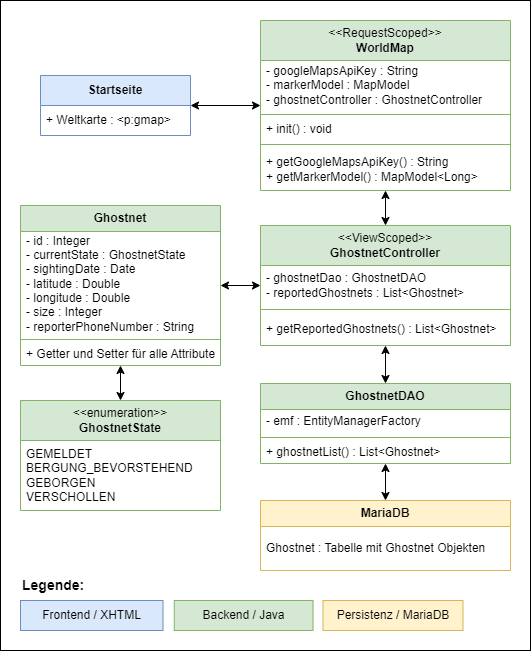
Before: diagrams/06_Funktion_Weltkarte.png, a diagram exported from draw.io (leonfilser/iu-ghostnets). Source tidied: cells renumbered, new cells last; positions are measured from the earlier drawing's top-left corner, leaving out a move shared by most shapes.
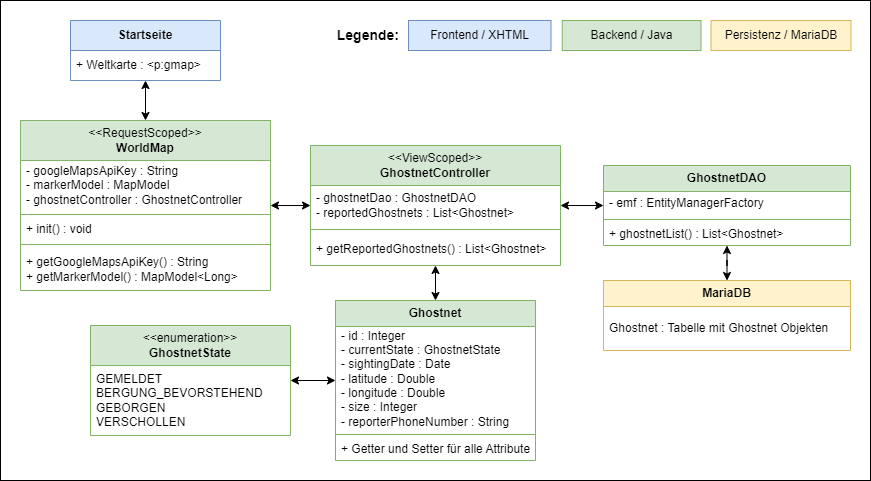
The same file after the commit.

The edit, as a diff of the source:
```diff
@@ -2,26 +2,26 @@
   <root>
     <mxCell id="0" />
     <mxCell id="1" parent="0" />
-    <mxCell id="2" style="rounded=0;whiteSpace=wrap;html=1;fillColor=none;verticalAlign=middle;" parent="1" vertex="1">
-      <mxGeometry width="530" height="650" as="geometry" />
-    </mxCell>
+    <mxCell id="37" style="rounded=0;whiteSpace=wrap;html=1;fillColor=none;verticalAlign=middle;" parent="1" vertex="1">
+      <mxGeometry x="-170" y="-80" width="870" height="480" as="geometry" />
+    </mxCell>
     <mxCell id="3" value="Startseite" style="swimlane;fontStyle=1;align=center;verticalAlign=middle;horizontal=1;startSize=30;whiteSpace=wrap;html=1;fillColor=#dae8fc;strokeColor=#6c8ebf;" parent="1" vertex="1">
-      <mxGeometry x="40" y="75" width="150" height="60" as="geometry" />
+      <mxGeometry x="-100" y="-60" width="150" height="60" as="geometry" />
     </mxCell>
     <mxCell id="4" value="&lt;div&gt;+ Weltkarte : &amp;lt;p:gmap&amp;gt;&lt;/div&gt;" style="text;strokeColor=none;fillColor=none;align=left;verticalAlign=middle;spacingLeft=4;spacingRight=4;overflow=hidden;whiteSpace=wrap;html=1;horizontal=1;" parent="3" vertex="1">
       <mxGeometry y="30" width="150" height="30" as="geometry" />
     </mxCell>
     <mxCell id="5" value="MariaDB" style="swimlane;fontStyle=1;align=center;verticalAlign=middle;horizontal=1;startSize=26;whiteSpace=wrap;html=1;fillColor=#fff2cc;strokeColor=#d6b656;" parent="1" vertex="1">
-      <mxGeometry x="260" y="500" width="250" height="70" as="geometry" />
+      <mxGeometry x="433" y="200" width="247" height="70" as="geometry" />
     </mxCell>
     <mxCell id="6" value="&lt;div&gt;Ghostnet : Tabelle mit Ghostnet Objekten&lt;/div&gt;" style="text;strokeColor=none;fillColor=none;align=left;verticalAlign=middle;spacingLeft=4;spacingRight=4;overflow=hidden;whiteSpace=wrap;html=1;" parent="5" vertex="1">
-      <mxGeometry y="26" width="250" height="44" as="geometry" />
+      <mxGeometry y="26" width="247" height="44" as="geometry" />
     </mxCell>
     <mxCell id="7" style="edgeStyle=orthogonalEdgeStyle;rounded=0;jettySize=auto;html=1;startArrow=classic;startFill=1;" parent="1" edge="1" source="8" target="31">
       <mxGeometry relative="1" as="geometry" />
     </mxCell>
     <mxCell id="8" value="Ghostnet" style="swimlane;fontStyle=1;align=center;verticalAlign=middle;horizontal=1;startSize=26;whiteSpace=wrap;html=1;fillColor=#d5e8d4;strokeColor=#82b366;" parent="1" vertex="1">
-      <mxGeometry x="20" y="205" width="200" height="160" as="geometry" />
+      <mxGeometry x="165" y="220" width="200" height="160" as="geometry" />
     </mxCell>
     <mxCell id="9" value="- id : Integer&lt;div&gt;- currentState : GhostnetState&lt;br&gt;&lt;div&gt;- sightingDate : Date&lt;/div&gt;&lt;/div&gt;&lt;div&gt;- latitude : Double&lt;/div&gt;&lt;div&gt;- longitude : Double&lt;/div&gt;&lt;div&gt;- size : Integer&lt;/div&gt;&lt;div&gt;- reporterPhoneNumber : String&lt;/div&gt;" style="text;strokeColor=none;fillColor=none;align=left;verticalAlign=middle;spacingLeft=4;spacingRight=4;overflow=hidden;whiteSpace=wrap;html=1;horizontal=1;" parent="8" vertex="1">
       <mxGeometry y="26" width="200" height="104" as="geometry" />
@@ -39,7 +39,7 @@
       <mxGeometry relative="1" as="geometry" />
     </mxCell>
     <mxCell id="14" value="&lt;span style=&quot;font-weight: normal;&quot;&gt;&amp;lt;&amp;lt;ViewScoped&amp;gt;&amp;gt;&lt;br&gt;&lt;/span&gt;GhostnetController" style="swimlane;fontStyle=1;align=center;verticalAlign=middle;horizontal=1;startSize=40;whiteSpace=wrap;html=1;fillColor=#d5e8d4;strokeColor=#82b366;" parent="1" vertex="1">
-      <mxGeometry x="260" y="225" width="250" height="120" as="geometry" />
+      <mxGeometry x="140" y="65" width="250" height="120" as="geometry" />
     </mxCell>
     <mxCell id="15" value="&lt;div&gt;- ghostnetDao : GhostnetDAO&lt;/div&gt;- reportedGhostnets : List&amp;lt;Ghostnet&amp;gt;" style="text;strokeColor=none;fillColor=none;align=left;verticalAlign=middle;spacingLeft=4;spacingRight=4;overflow=hidden;whiteSpace=wrap;html=1;horizontal=1;" parent="14" vertex="1">
       <mxGeometry y="40" width="250" height="40" as="geometry" />
@@ -54,16 +54,16 @@
       <mxGeometry relative="1" as="geometry" />
     </mxCell>
     <mxCell id="19" value="GhostnetDAO" style="swimlane;fontStyle=1;align=center;verticalAlign=middle;horizontal=1;startSize=26;whiteSpace=wrap;html=1;fillColor=#d5e8d4;strokeColor=#82b366;" parent="1" vertex="1">
-      <mxGeometry x="260" y="383" width="250" height="80" as="geometry" />
+      <mxGeometry x="433" y="85" width="247" height="80" as="geometry" />
     </mxCell>
     <mxCell id="20" value="- emf : EntityManagerFactory" style="text;strokeColor=none;fillColor=none;align=left;verticalAlign=middle;spacingLeft=4;spacingRight=4;overflow=hidden;whiteSpace=wrap;html=1;" parent="19" vertex="1">
-      <mxGeometry y="26" width="250" height="24" as="geometry" />
+      <mxGeometry y="26" width="247" height="24" as="geometry" />
     </mxCell>
-    <mxCell id="21" style="line;strokeWidth=1;fillColor=none;align=left;verticalAlign=middle;spacingTop=-1;spacingLeft=3;spacingRight=3;labelPosition=right;strokeColor=inherit;" parent="19" vertex="1">
-      <mxGeometry y="50" width="250" height="8" as="geometry" />
-    </mxCell>
+    <mxCell id="38" style="line;strokeWidth=1;fillColor=none;align=left;verticalAlign=middle;spacingTop=-1;spacingLeft=3;spacingRight=3;labelPosition=right;strokeColor=inherit;" parent="19" vertex="1">
+      <mxGeometry y="50" width="247" height="8" as="geometry" />
+    </mxCell>
     <mxCell id="22" value="+ &lt;span class=&quot;hljs-built_in&quot;&gt;ghostnetList&lt;/span&gt;() : List&amp;lt;Ghostnet&amp;gt;" style="text;strokeColor=none;fillColor=none;align=left;verticalAlign=middle;spacingLeft=4;spacingRight=4;overflow=hidden;whiteSpace=wrap;html=1;" parent="19" vertex="1">
-      <mxGeometry y="58" width="250" height="22" as="geometry" />
+      <mxGeometry y="58" width="247" height="22" as="geometry" />
     </mxCell>
     <mxCell id="23" style="edgeStyle=orthogonalEdgeStyle;rounded=0;jettySize=auto;html=1;startArrow=classic;startFill=1;" parent="1" edge="1" source="25" target="3">
       <mxGeometry relative="1" as="geometry" />
@@ -72,7 +72,7 @@
       <mxGeometry relative="1" as="geometry" />
     </mxCell>
     <mxCell id="25" value="&lt;span style=&quot;font-weight: normal;&quot;&gt;&amp;lt;&amp;lt;RequestScoped&amp;gt;&amp;gt;&lt;br&gt;&lt;/span&gt;WorldMap" style="swimlane;fontStyle=1;align=center;verticalAlign=middle;horizontal=1;startSize=40;whiteSpace=wrap;html=1;fillColor=#d5e8d4;strokeColor=#82b366;" parent="1" vertex="1">
-      <mxGeometry x="260" y="20" width="250" height="170" as="geometry" />
+      <mxGeometry x="-150" y="40" width="250" height="170" as="geometry" />
     </mxCell>
     <mxCell id="26" value="&lt;div&gt;- googleMapsApiKey : String&lt;/div&gt;&lt;div&gt;- markerModel : MapModel&lt;/div&gt;&lt;div&gt;- ghostnetController : GhostnetController&lt;/div&gt;" style="text;strokeColor=none;fillColor=none;align=left;verticalAlign=middle;spacingLeft=4;spacingRight=4;overflow=hidden;whiteSpace=wrap;html=1;horizontal=1;" parent="25" vertex="1">
       <mxGeometry y="40" width="250" height="50" as="geometry" />
@@ -90,22 +90,22 @@
       <mxGeometry y="128" width="250" height="42" as="geometry" />
     </mxCell>
     <mxCell id="31" value="&lt;div&gt;&lt;span style=&quot;font-weight: normal;&quot;&gt;&amp;lt;&amp;lt;enumeration&amp;gt;&amp;gt;&lt;/span&gt;&lt;/div&gt;GhostnetState" style="swimlane;fontStyle=1;align=center;verticalAlign=middle;horizontal=1;startSize=40;whiteSpace=wrap;html=1;fillColor=#d5e8d4;strokeColor=#82b366;" parent="1" vertex="1">
-      <mxGeometry x="20" y="400" width="200" height="110" as="geometry" />
+      <mxGeometry x="-80" y="245" width="200" height="110" as="geometry" />
     </mxCell>
     <mxCell id="32" value="GEMELDET&lt;br&gt;BERGUNG_BEVORSTEHEND&lt;br&gt;GEBORGEN&lt;br&gt;VERSCHOLLEN" style="text;strokeColor=none;fillColor=none;align=left;verticalAlign=middle;spacingLeft=4;spacingRight=4;overflow=hidden;whiteSpace=wrap;html=1;" parent="31" vertex="1">
       <mxGeometry y="40" width="200" height="70" as="geometry" />
     </mxCell>
-    <mxCell id="33" value="Legende:" style="rounded=0;whiteSpace=wrap;html=1;fillColor=none;strokeColor=none;fontStyle=1;align=left;fontSize=14;verticalAlign=middle;" parent="1" vertex="1">
-      <mxGeometry x="20" y="570" width="76" height="30" as="geometry" />
+    <mxCell id="33" value="Legende:" style="rounded=0;whiteSpace=wrap;html=1;fillColor=none;strokeColor=none;fontStyle=1;align=right;fontSize=14;verticalAlign=middle;" parent="1" vertex="1">
+      <mxGeometry x="154.5" y="-60" width="76" height="30" as="geometry" />
     </mxCell>
     <mxCell id="34" value="Frontend / XHTML" style="rounded=0;whiteSpace=wrap;html=1;fillColor=#dae8fc;strokeColor=#6c8ebf;verticalAlign=middle;" parent="1" vertex="1">
-      <mxGeometry x="20" y="600" width="142.5" height="30" as="geometry" />
+      <mxGeometry x="238" y="-60" width="142.5" height="30" as="geometry" />
     </mxCell>
     <mxCell id="35" value="Backend / Java" style="rounded=0;whiteSpace=wrap;html=1;fillColor=#d5e8d4;strokeColor=#82b366;verticalAlign=middle;" parent="1" vertex="1">
-      <mxGeometry x="173.8" y="600" width="138.8" height="30" as="geometry" />
+      <mxGeometry x="391.8" y="-60" width="138.8" height="30" as="geometry" />
     </mxCell>
     <mxCell id="36" value="Persistenz / MariaDB" style="rounded=0;whiteSpace=wrap;html=1;fillColor=#fff2cc;strokeColor=#d6b656;verticalAlign=middle;" parent="1" vertex="1">
-      <mxGeometry x="322.5" y="600" width="140" height="30" as="geometry" />
+      <mxGeometry x="540.5" y="-60" width="140" height="30" as="geometry" />
     </mxCell>
   </root>
 </mxGraphModel>
```
